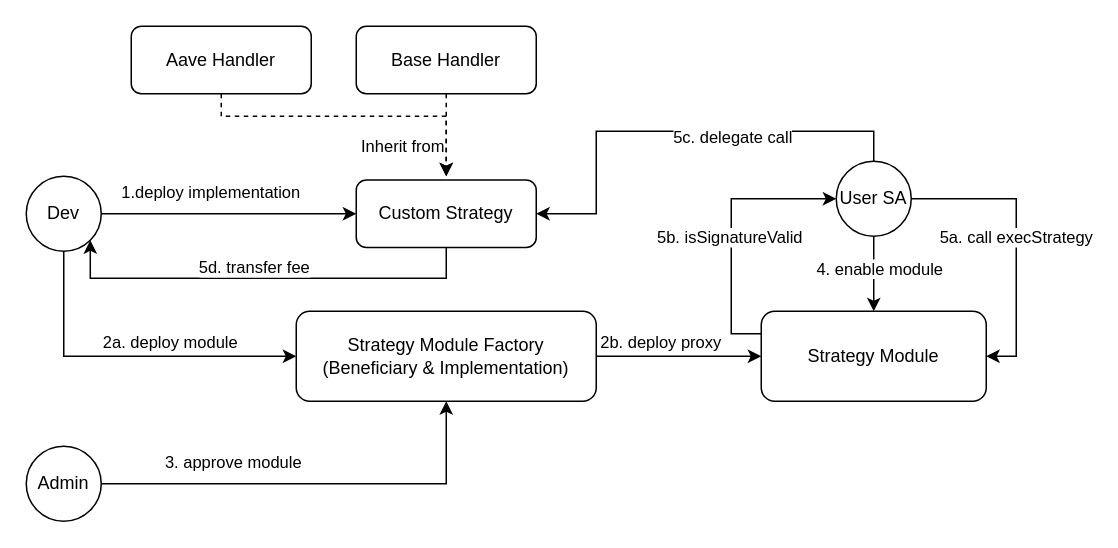
This is defi-strategies/Untitled Diagram.drawio from Unhosted-Wallet/unhosted-modules, a draw.io file, before an edit. Source tidied: cells renumbered, new cells numbered last; positions are measured from the earlier drawing's top-left corner, leaving out a move shared by most shapes. Both pictures are drawn from the tidied source at 150%, with x=0, y=0 at pixel (26, 26).
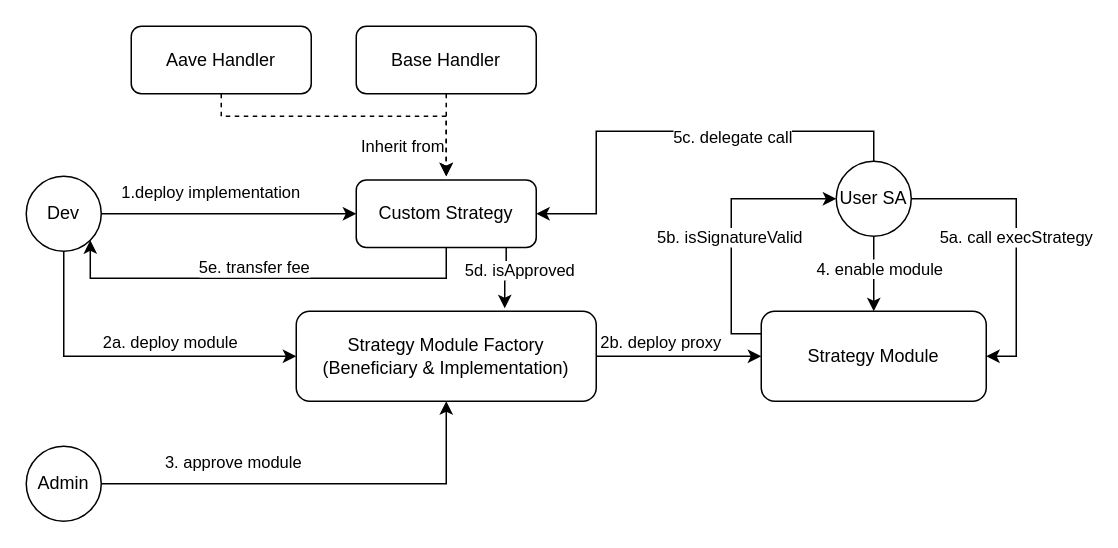
Above is the later version.

The change refers to these unchanged cells:
```xml
<mxCell id="7" style="edgeStyle=orthogonalEdgeStyle;rounded=0;jettySize=auto;html=1;entryX=1;entryY=1;entryDx=0;entryDy=0;exitX=0.5;exitY=1;exitDx=0;exitDy=0;" parent="1" edge="1" source="9" target="6">
  <mxGeometry relative="1" as="geometry">
    <Array as="points">
      <mxPoint x="280" y="168" />
      <mxPoint x="43" y="168" />
    </Array>
  </mxGeometry>
</mxCell>
<mxCell id="9" value="Custom Strategy" style="rounded=1;whiteSpace=wrap;html=1;" parent="1" vertex="1">
  <mxGeometry x="220" y="102.5" width="120" height="45" as="geometry" />
</mxCell>
<mxCell id="17" value="Strategy Module Factory&lt;br&gt;(Beneficiary &amp;amp;&amp;nbsp;Implementation)" style="whiteSpace=wrap;html=1;rounded=1;" parent="1" vertex="1">
  <mxGeometry x="180" y="190" width="200" height="60" as="geometry" />
</mxCell>
```

Diff of the diagram source:
```diff
@@
-    <mxCell id="8" value="5d. transfer fee" style="edgeLabel;html=1;align=center;verticalAlign=middle;" parent="7" vertex="1">
+    <mxCell id="8" value="5e. transfer fee" style="edgeLabel;html=1;align=center;verticalAlign=middle;" parent="7" vertex="1">
       <mxGeometry x="0.06" y="3" relative="1" as="geometry">
         <mxPoint x="1" y="-11" as="offset" />
       </mxGeometry>
     </mxCell>
+    <mxCell id="31" style="edgeStyle=orthogonalEdgeStyle;rounded=0;jettySize=auto;html=1;entryX=0.695;entryY=-0.033;entryDx=0;entryDy=0;exitX=0.833;exitY=0.989;exitDx=0;exitDy=0;exitPerimeter=0;entryPerimeter=0;" parent="1" edge="1" source="9" target="17">
+      <mxGeometry relative="1" as="geometry" />
+    </mxCell>
+    <mxCell id="32" value="5d. isApproved" style="edgeLabel;html=1;align=center;verticalAlign=middle;" parent="31" vertex="1">
+      <mxGeometry x="-0.27" relative="1" as="geometry">
+        <mxPoint x="9" as="offset" />
+      </mxGeometry>
+    </mxCell>
```
